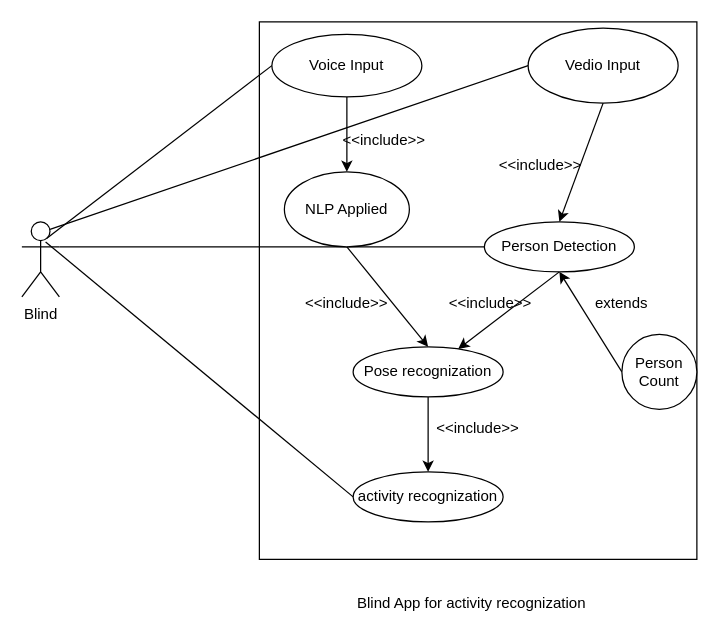
This is UseCase.drawio from ahmad2001hotmailyahoo/ahmad-arc, a draw.io file, before an edit. Source tidied: cells renumbered, new cells numbered last; positions are measured from the earlier drawing's top-left corner, leaving out a move shared by most shapes. Both pictures are drawn from the tidied source at 125%, with x=0, y=0 at pixel (21, 21).
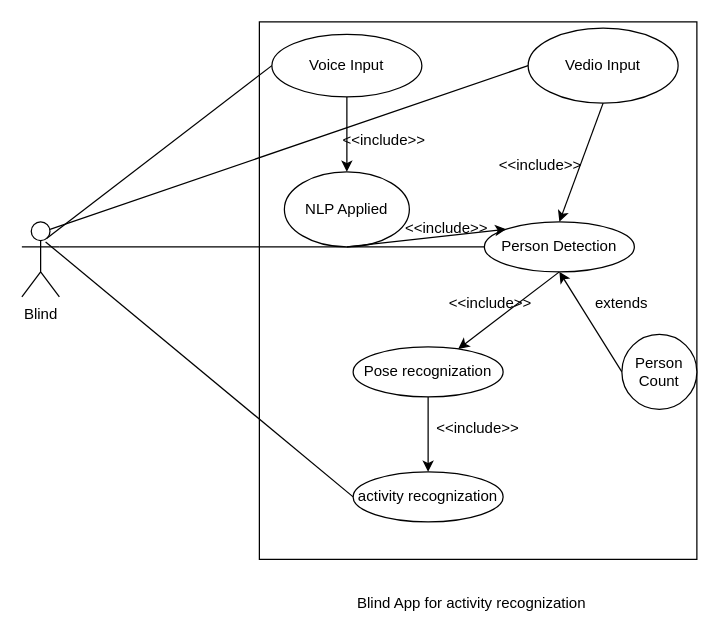
Above is the later version.

The change refers to these unchanged cells:
```xml
<mxCell id="6" value="Person Detection" style="ellipse;whiteSpace=wrap;html=1;" parent="1" vertex="1">
  <mxGeometry x="370" y="160" width="120" height="40" as="geometry" />
</mxCell>
<mxCell id="7" value="Pose recognization" style="ellipse;whiteSpace=wrap;html=1;" parent="1" vertex="1">
  <mxGeometry x="265" y="260" width="120" height="40" as="geometry" />
</mxCell>
<mxCell id="24" value="NLP Applied" style="ellipse;whiteSpace=wrap;html=1;" parent="1" vertex="1">
  <mxGeometry x="210" y="120" width="100" height="60" as="geometry" />
</mxCell>
```

Diff of the diagram source:
```diff
@@
-    <mxCell id="25" style="endArrow=classic;html=1;rounded=0;exitX=0.5;exitY=1;exitDx=0;exitDy=0;entryX=0.5;entryY=0;entryDx=0;entryDy=0;" parent="1" edge="1" source="24" target="7">
+    <mxCell id="25" style="endArrow=classic;html=1;rounded=0;exitX=0.5;exitY=1;exitDx=0;exitDy=0;entryX=0;entryY=0;entryDx=0;entryDy=0;" parent="1" edge="1" source="24" target="6">
       <mxGeometry relative="1" as="geometry" />
     </mxCell>
@@
     <mxCell id="27" value="&amp;lt;&amp;lt;include&amp;gt;&amp;gt;" style="text;html=1;strokeColor=none;fillColor=none;align=center;verticalAlign=middle;whiteSpace=wrap;rounded=0;" parent="1" vertex="1">
-      <mxGeometry x="230" y="210" width="60" height="30" as="geometry" />
+      <mxGeometry x="310" y="150" width="60" height="30" as="geometry" />
     </mxCell>
```
